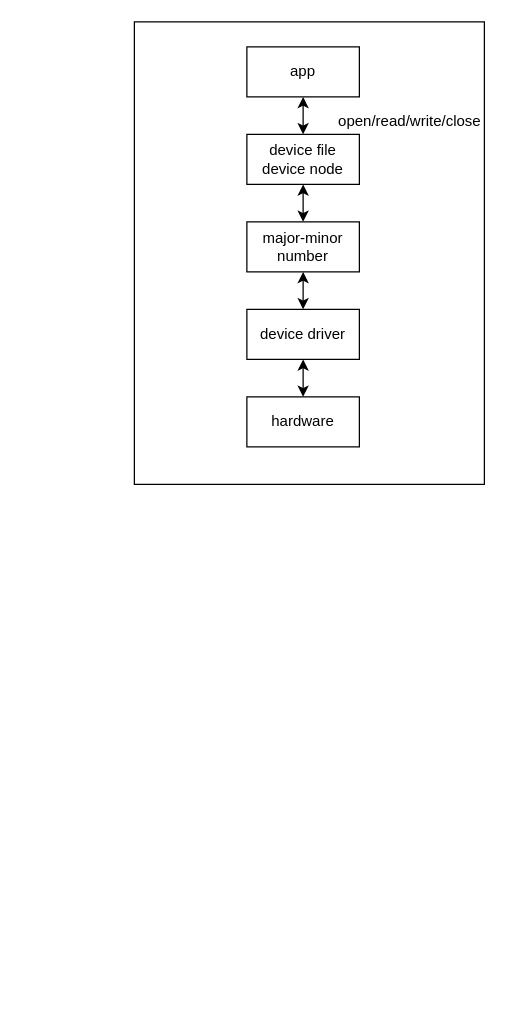
The draw.io diagram linux_driver.drawio in Victor-zyy/blog, before the edit. Source tidied: cells renumbered, new cells numbered last; positions are measured from the earlier drawing's top-left corner, leaving out a move shared by most shapes. Both pictures are drawn from the tidied source at 125%, with x=0, y=0 at pixel (134, 21).
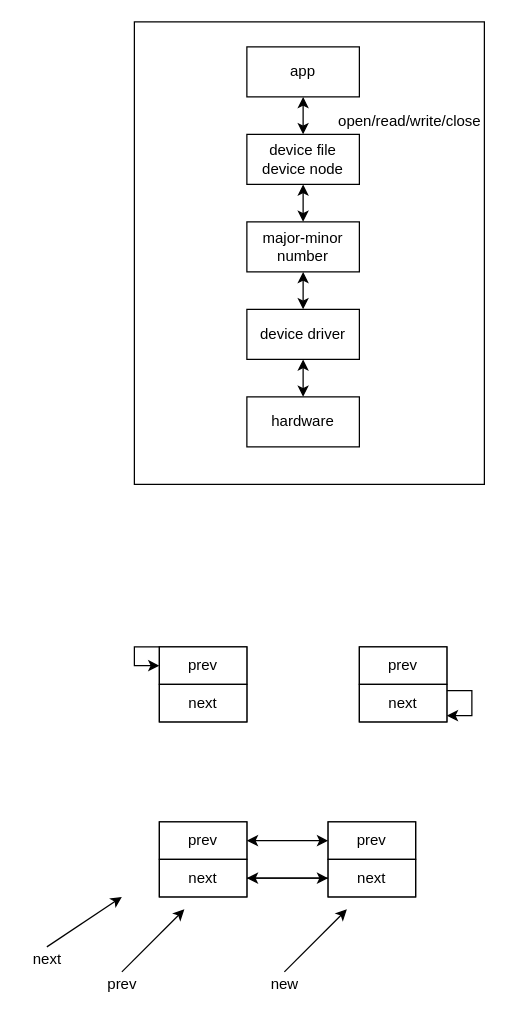
The same page after the edit.

Commit message (it also covers changes not shown here):
linux kernel interrupt and linked list

Change to the diagram source:
```diff
@@
+    <mxCell id="13" style="rounded=0;whiteSpace=wrap;html=1;" parent="1" vertex="1">
+      <mxGeometry x="20" y="500" width="70" height="60" as="geometry" />
+    </mxCell>
+    <mxCell id="14" value="prev" style="rounded=0;whiteSpace=wrap;html=1;" parent="1" vertex="1">
+      <mxGeometry x="20" y="500" width="70" height="30" as="geometry" />
+    </mxCell>
+    <mxCell id="15" value="next" style="rounded=0;whiteSpace=wrap;html=1;" parent="1" vertex="1">
+      <mxGeometry x="20" y="530" width="70" height="30" as="geometry" />
+    </mxCell>
+    <mxCell id="16" style="rounded=0;whiteSpace=wrap;html=1;" parent="1" vertex="1">
+      <mxGeometry x="180" y="500" width="70" height="60" as="geometry" />
+    </mxCell>
+    <mxCell id="17" value="prev" style="rounded=0;whiteSpace=wrap;html=1;" parent="1" vertex="1">
+      <mxGeometry x="180" y="500" width="70" height="30" as="geometry" />
+    </mxCell>
+    <mxCell id="18" value="next" style="rounded=0;whiteSpace=wrap;html=1;" parent="1" vertex="1">
+      <mxGeometry x="180" y="530" width="70" height="30" as="geometry" />
+    </mxCell>
+    <mxCell id="19" style="edgeStyle=orthogonalEdgeStyle;rounded=0;orthogonalLoop=1;jettySize=auto;html=1;" parent="1" edge="1" source="18" target="18">
+      <mxGeometry relative="1" as="geometry" />
+    </mxCell>
+    <mxCell id="20" style="edgeStyle=orthogonalEdgeStyle;rounded=0;orthogonalLoop=1;jettySize=auto;html=1;entryX=0;entryY=0.5;entryDx=0;entryDy=0;" parent="1" edge="1" source="14" target="14">
+      <mxGeometry relative="1" as="geometry">
+        <Array as="points">
+          <mxPoint x="20" y="500" />
+          <mxPoint y="500" />
+          <mxPoint y="515" />
+        </Array>
+      </mxGeometry>
+    </mxCell>
+    <mxCell id="21" style="rounded=0;whiteSpace=wrap;html=1;" parent="1" vertex="1">
+      <mxGeometry x="155" y="640" width="70" height="60" as="geometry" />
+    </mxCell>
+    <mxCell id="22" value="prev" style="rounded=0;whiteSpace=wrap;html=1;" parent="1" vertex="1">
+      <mxGeometry x="155" y="640" width="70" height="30" as="geometry" />
+    </mxCell>
+    <mxCell id="23" style="edgeStyle=orthogonalEdgeStyle;rounded=0;jettySize=auto;html=1;entryX=1;entryY=0.5;entryDx=0;entryDy=0;" parent="1" edge="1" source="24" target="29">
+      <mxGeometry relative="1" as="geometry" />
+    </mxCell>
+    <mxCell id="24" value="next" style="rounded=0;whiteSpace=wrap;html=1;" parent="1" vertex="1">
+      <mxGeometry x="155" y="670" width="70" height="30" as="geometry" />
+    </mxCell>
+    <mxCell id="25" style="rounded=0;whiteSpace=wrap;html=1;" parent="1" vertex="1">
+      <mxGeometry x="20" y="640" width="70" height="60" as="geometry" />
+    </mxCell>
+    <mxCell id="26" style="edgeStyle=orthogonalEdgeStyle;rounded=0;jettySize=auto;html=1;entryX=0;entryY=0.5;entryDx=0;entryDy=0;startArrow=classic;startFill=1;" parent="1" edge="1" source="27" target="22">
+      <mxGeometry relative="1" as="geometry" />
+    </mxCell>
+    <mxCell id="27" value="prev" style="rounded=0;whiteSpace=wrap;html=1;" parent="1" vertex="1">
+      <mxGeometry x="20" y="640" width="70" height="30" as="geometry" />
+    </mxCell>
+    <mxCell id="28" style="edgeStyle=orthogonalEdgeStyle;rounded=0;jettySize=auto;html=1;" parent="1" edge="1" source="29" target="24">
+      <mxGeometry relative="1" as="geometry" />
+    </mxCell>
+    <mxCell id="29" value="next" style="rounded=0;whiteSpace=wrap;html=1;" parent="1" vertex="1">
+      <mxGeometry x="20" y="670" width="70" height="30" as="geometry" />
+    </mxCell>
+    <mxCell id="30" style="endArrow=classic;html=1;" parent="1" edge="1">
+      <mxGeometry relative="1" as="geometry">
+        <mxPoint x="-10" y="760" as="sourcePoint" />
+        <mxPoint x="40" y="710" as="targetPoint" />
+      </mxGeometry>
+    </mxCell>
+    <mxCell id="31" value="prev" style="text;html=1;align=center;verticalAlign=middle;" parent="1" vertex="1">
+      <mxGeometry x="-30" y="760" width="40" height="20" as="geometry" />
+    </mxCell>
+    <mxCell id="32" style="endArrow=classic;html=1;" parent="1" edge="1">
+      <mxGeometry relative="1" as="geometry">
+        <mxPoint x="120" y="760" as="sourcePoint" />
+        <mxPoint x="170" y="710" as="targetPoint" />
+      </mxGeometry>
+    </mxCell>
+    <mxCell id="33" value="new" style="text;html=1;align=center;verticalAlign=middle;" parent="1" vertex="1">
+      <mxGeometry x="100" y="760" width="40" height="20" as="geometry" />
+    </mxCell>
+    <mxCell id="34" style="endArrow=classic;html=1;" parent="1" edge="1">
+      <mxGeometry relative="1" as="geometry">
+        <mxPoint x="-70" y="740" as="sourcePoint" />
+        <mxPoint x="-10" y="700" as="targetPoint" />
+      </mxGeometry>
+    </mxCell>
+    <mxCell id="35" value="next" style="text;html=1;align=center;verticalAlign=middle;" parent="1" vertex="1">
+      <mxGeometry x="-90" y="740" width="40" height="20" as="geometry" />
+    </mxCell>
```
